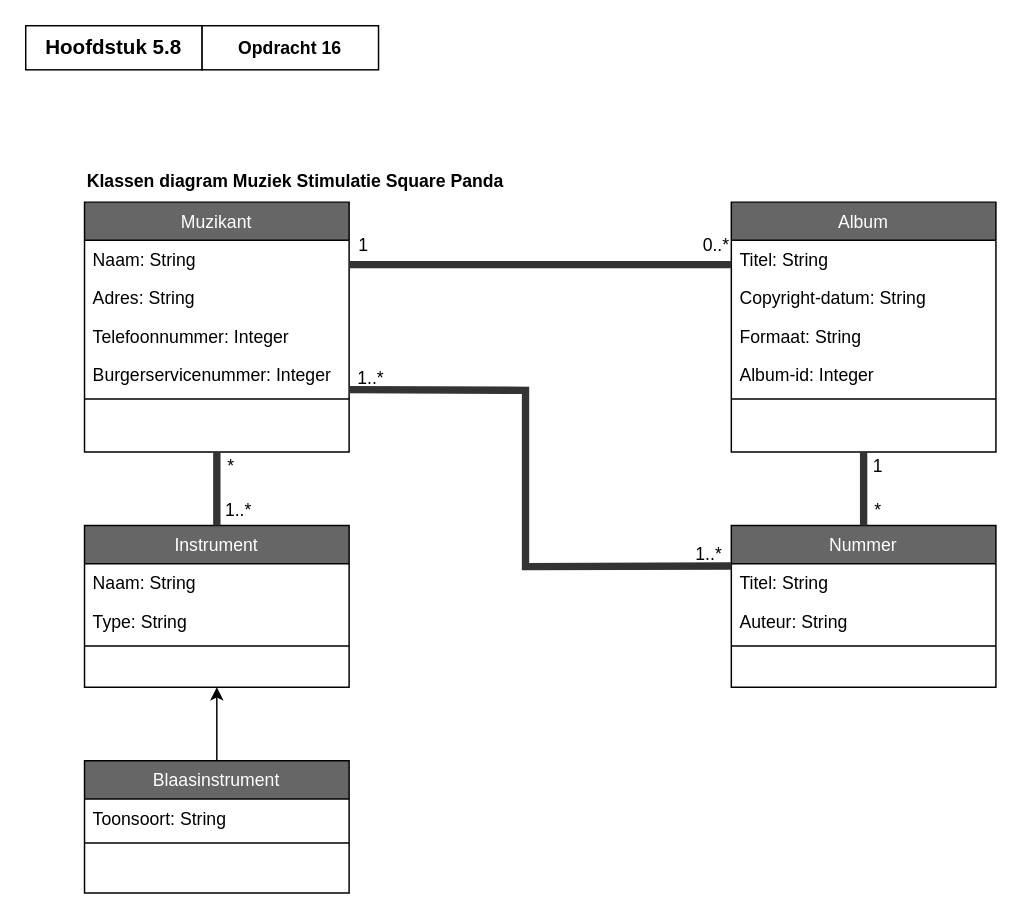
Above: page "Opdracht16" (2 of 2) of ClassDiagrams.drawio in EMB20/Procesanalyse (draw.io), before the change. Source tidied: cells renumbered, new cells numbered last; positions are measured from the earlier drawing's top-left corner, leaving out a move shared by most shapes. Both pictures are drawn from the tidied source at 147%, with x=0, y=0 at pixel (25, 25).
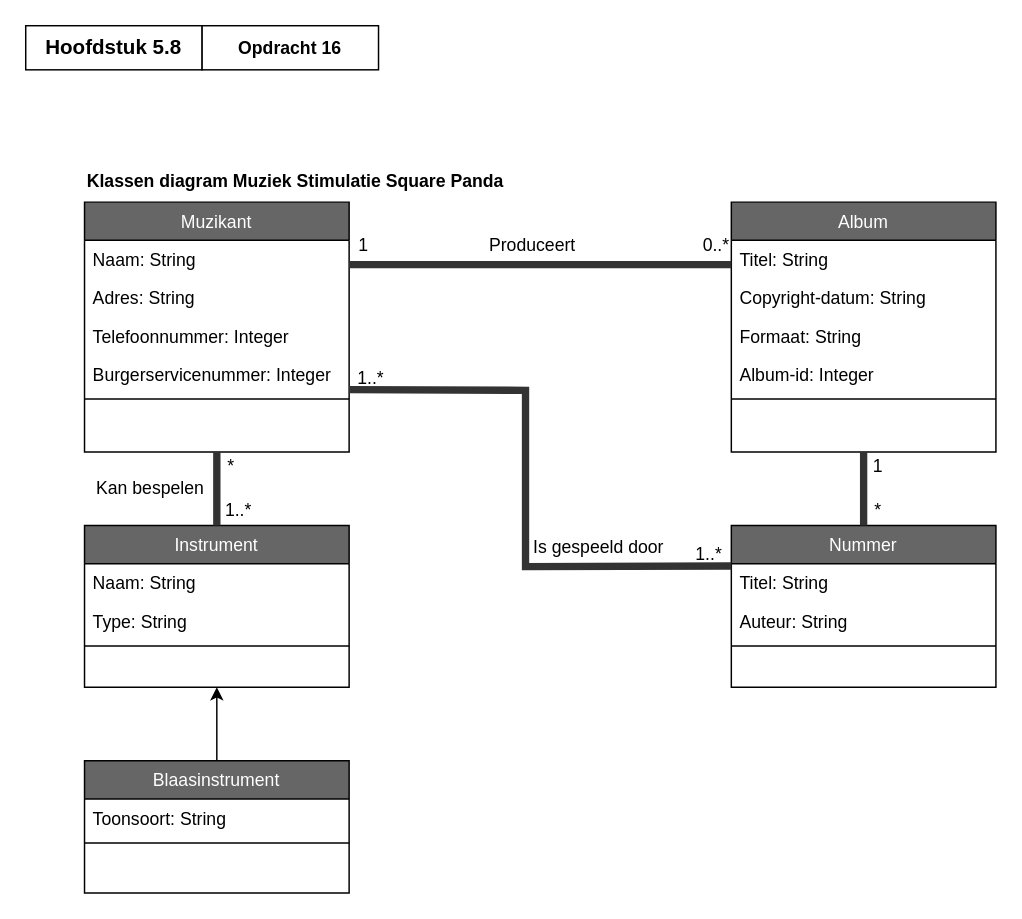
After the change.

What changed in the source:
```diff
@@
+    <mxCell id="41" value="Produceert" style="text;html=1;align=center;verticalAlign=middle;whiteSpace=wrap;rounded=0;" parent="1" vertex="1">
+      <mxGeometry x="310" y="140" width="70" height="20" as="geometry" />
+    </mxCell>
+    <mxCell id="42" value="Is gespeeld door" style="text;html=1;align=center;verticalAlign=middle;whiteSpace=wrap;rounded=0;" parent="1" vertex="1">
+      <mxGeometry x="340" y="340" width="100" height="30" as="geometry" />
+    </mxCell>
+    <mxCell id="43" value="Kan bespelen" style="text;html=1;align=center;verticalAlign=middle;whiteSpace=wrap;rounded=0;" parent="1" vertex="1">
+      <mxGeometry x="40" y="310" width="90" height="10" as="geometry" />
+    </mxCell>
```
